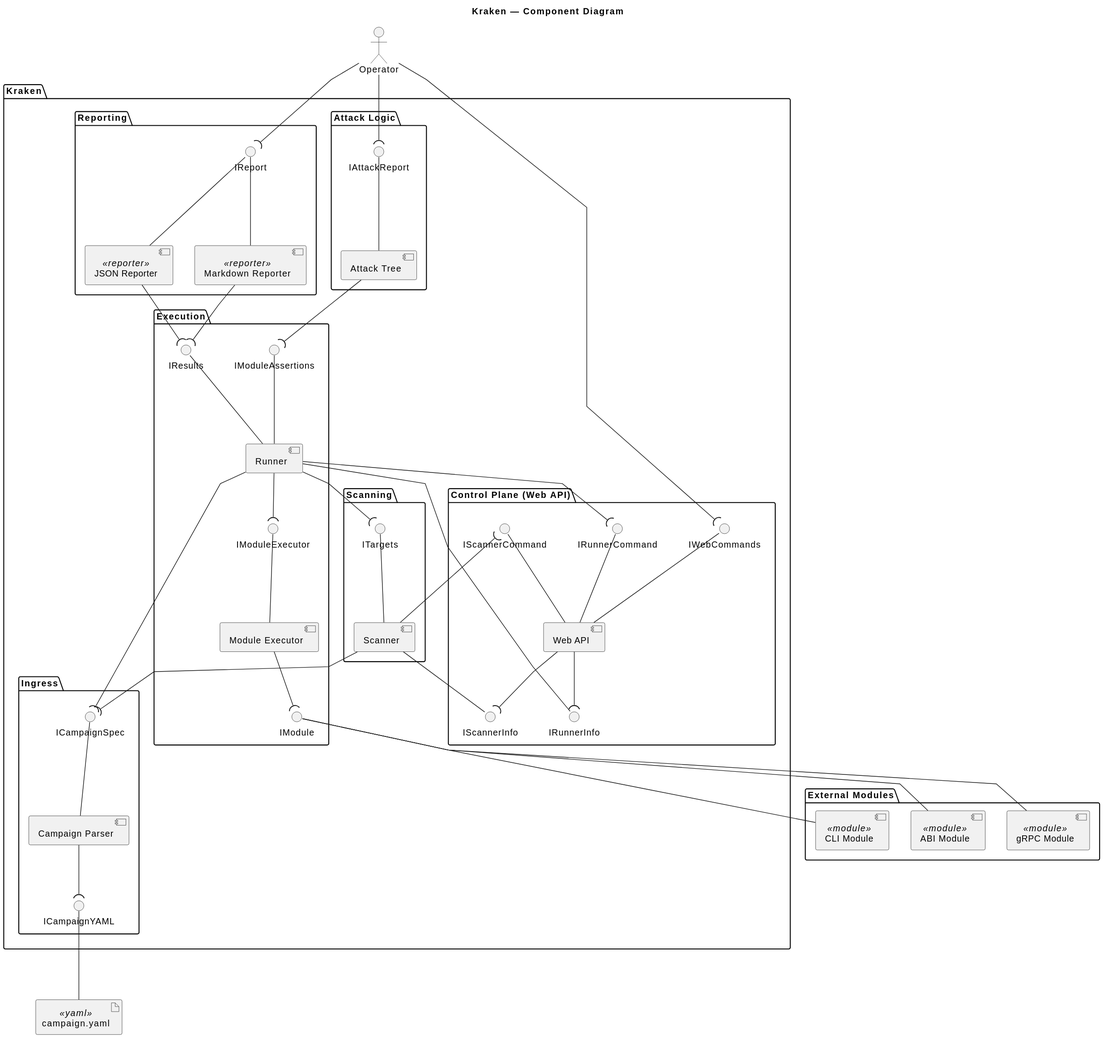
This is docs/kraken/architecture.svg from bytemomo/nautilus, a PlantUML export, as it was before one commit. The source it was exported from:
```plantuml
@startuml

title Kraken — Component Diagram

skinparam linetype polyline

actor "Operator" as ACT
artifact "campaign.yaml" as YAML <<yaml>>

package "Kraken" as K {

  package "Ingress" as L1 {
    [Campaign Parser] as PARSE
    () "ICampaignYAML" as ICampaignYAML
    () "ICampaignSpec" as ICampaignSpec
  }

  package "Scanning" as L2 {
    [Scanner] as SCN
    () "ITargets" as ITargets
  }

  package "Execution" as L3 {
    [Runner] as RUN
    [Module Executor] as EXEC
    () "IModuleExecutor" as IModuleExecutor
    () "IModule" as IModule
    () "IResults" as IResults
    () "IModuleAssertions" as IModuleAssertions
  }

  package "Reporting" as L4 {
    [JSON Reporter] as REP_JSON <<reporter>>
    [Markdown Reporter] as REP_MD <<reporter>>
    () "IReport" as IReport
  }

  package "Attack Logic" as L5 {
    [Attack Tree] as ATK
    () "IAttackReport" as IAttackReport
  }

  package "Control Plane (Web API)" as L6 {
    [Web API] as WEB
    () "IWebCommands" as IWebCommands
    () "IScannerCommand" as IScannerCmd
    () "IRunnerCommand" as IRunnerCmd
    () "IScannerInfo" as IScannerInfo
    () "IRunnerInfo" as IRunnerInfo
  }
}

package "External Modules" as EXT {
  [ABI Module]  as MOD_ABI  <<module>>
  [gRPC Module] as MOD_GPR  <<module>>
  [CLI Module]  as MOD_CLI  <<module>>
}


ICampaignYAML     --- YAML
ICampaignSpec     --- PARSE
ITargets          --- SCN
IModuleExecutor   --- EXEC
IModule           --- MOD_ABI
IModule           --- MOD_GPR
IModule           --- MOD_CLI
IResults          --- RUN
IModuleAssertions --- RUN
IReport           --- REP_JSON
IReport           --- REP_MD
IAttackReport     --- ATK
IWebCommands      --- WEB
IScannerCmd       --- WEB
IRunnerCmd        --- WEB
IScannerInfo      --- SCN
IRunnerInfo       --- RUN

PARSE  --( ICampaignYAML
SCN    --( ICampaignSpec
RUN    --( ICampaignSpec
RUN    --( ITargets
RUN    --( IModuleExecutor
EXEC   --( IModule
REP_JSON --( IResults
REP_MD   --( IResults
ATK    --( IModuleAssertions
ACT    --( IReport
ACT    --( IAttackReport
ACT    --( IWebCommands
SCN    --( IScannerCmd
RUN    --( IRunnerCmd
WEB    --( IScannerInfo
WEB    --( IRunnerInfo
@enduml
```
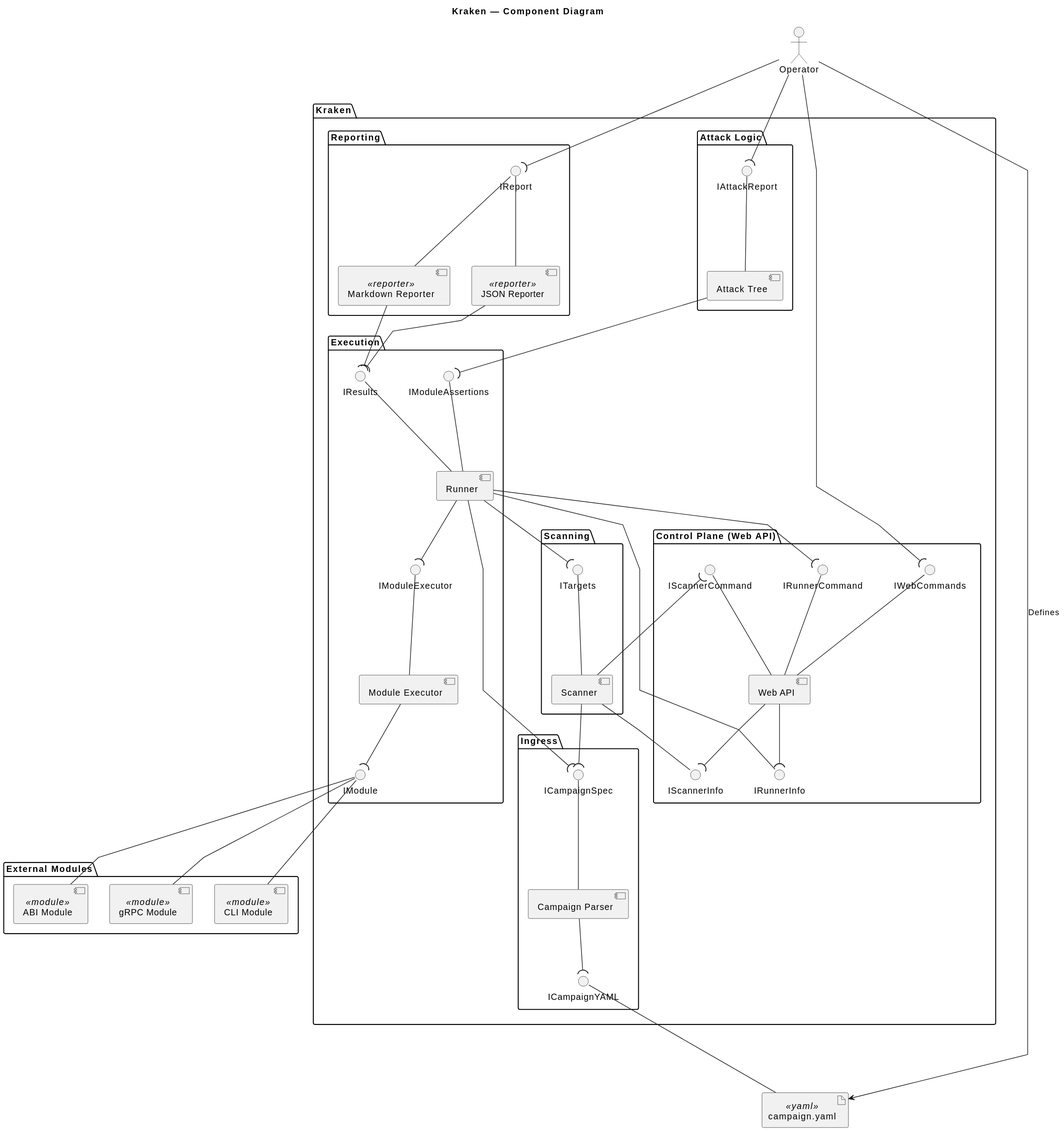
Above is the later version.

Commit message:
fix: add label into plantuml kraken architecture

The edit, as a diff of the source:
```diff
@@ -56,7 +56,7 @@
   [CLI Module]  as MOD_CLI  <<module>>
 }
 
-
+ACT               --> YAML: Defines
 ICampaignYAML     --- YAML
 ICampaignSpec     --- PARSE
 ITargets          --- SCN
```
